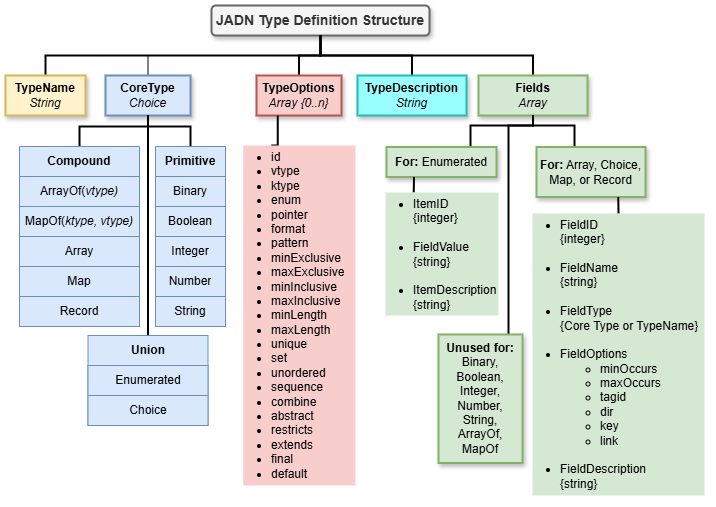
Above: images/JADN-Type-Def-Structure.drawio.png in oasis-tcs/openc2-jadn-im (draw.io), before the change. Source tidied: cells renumbered, new cells last; positions are measured from the earlier drawing's top-left corner, leaving out a move shared by most shapes.
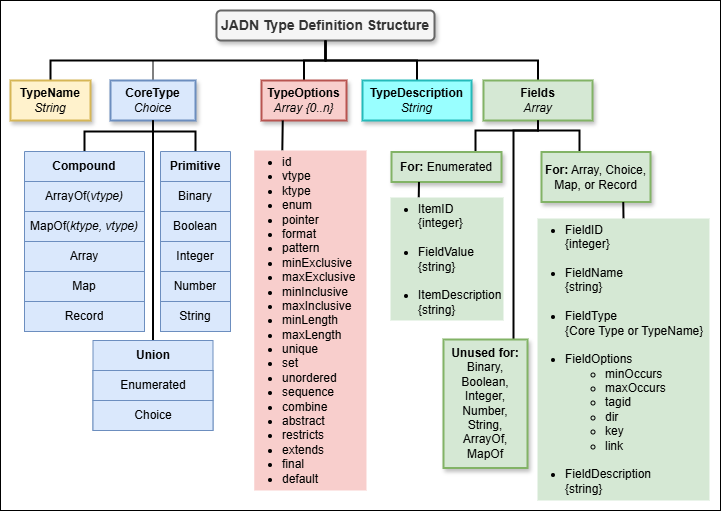
The same file after the commit.

Commit message:
visual tweaks for figure 3-2

Diff of the diagram source:
```diff
@@ -1,7 +1,11 @@
 <mxGraphModel background="#FFFFFF">
   <root>
     <mxCell id="0" />
+    <mxCell id="43" value="Background" parent="0" />
+    <mxCell id="44" style="rounded=0;whiteSpace=wrap;html=1;" parent="43" vertex="1">
+      <mxGeometry x="-10" y="-10" width="720" height="510" as="geometry" />
+    </mxCell>
-    <mxCell id="1" parent="0" />
+    <mxCell id="1" value="Content" parent="0" />
     <mxCell id="2" value="JADN Type Definition Structure" style="rounded=1;whiteSpace=wrap;html=1;fillColor=#f5f5f5;strokeColor=#666666;strokeWidth=2;fontColor=#333333;fontStyle=1;shadow=1;glass=0;fontSize=14;" parent="1" vertex="1">
       <mxGeometry x="206" width="218" height="30" as="geometry" />
     </mxCell>
@@ -77,11 +81,11 @@
     <mxCell id="26" value="&lt;b&gt;TypeOptions&lt;/b&gt;&lt;div&gt;&lt;i&gt;Array {0..n}&lt;/i&gt;&lt;/div&gt;" style="rounded=0;whiteSpace=wrap;html=1;fillColor=#f8cecc;strokeColor=#b85450;strokeWidth=2;shadow=1;" parent="1" vertex="1">
       <mxGeometry x="251" y="70" width="85" height="40" as="geometry" />
     </mxCell>
-    <mxCell id="27" style="edgeStyle=orthogonalEdgeStyle;rounded=0;jettySize=auto;html=1;exitX=0.25;exitY=0;exitDx=0;exitDy=0;entryX=0.25;entryY=1;entryDx=0;entryDy=0;strokeWidth=2;endArrow=none;endFill=0;" parent="1" edge="1" source="28" target="26">
+    <mxCell id="27" style="rounded=0;jettySize=auto;html=1;exitX=0.25;exitY=0;exitDx=0;exitDy=0;entryX=0.25;entryY=1;entryDx=0;entryDy=0;strokeWidth=2;endArrow=none;endFill=0;" parent="1" edge="1" source="28" target="26">
       <mxGeometry relative="1" as="geometry" />
     </mxCell>
     <mxCell id="28" value="&lt;ul&gt;&lt;li&gt;id&lt;/li&gt;&lt;li&gt;vtype&lt;/li&gt;&lt;li&gt;ktype&lt;/li&gt;&lt;li&gt;enum&lt;/li&gt;&lt;li&gt;pointer&lt;/li&gt;&lt;li&gt;format&lt;/li&gt;&lt;li&gt;pattern&lt;/li&gt;&lt;li&gt;minExclusive&lt;/li&gt;&lt;li&gt;maxExclusive&lt;/li&gt;&lt;li&gt;minInclusive&lt;/li&gt;&lt;li&gt;maxInclusive&lt;/li&gt;&lt;li&gt;minLength&lt;/li&gt;&lt;li&gt;maxLength&lt;/li&gt;&lt;li&gt;unique&lt;/li&gt;&lt;li&gt;set&lt;/li&gt;&lt;li&gt;unordered&lt;/li&gt;&lt;li&gt;sequence&lt;/li&gt;&lt;li&gt;combine&lt;/li&gt;&lt;li&gt;abstract&lt;/li&gt;&lt;li&gt;restricts&lt;/li&gt;&lt;li&gt;extends&lt;/li&gt;&lt;li&gt;final&lt;/li&gt;&lt;li&gt;default&lt;/li&gt;&lt;/ul&gt;" style="text;strokeColor=none;fillColor=#f8cecc;html=1;whiteSpace=wrap;verticalAlign=middle;overflow=hidden;spacing=-12;" parent="1" vertex="1">
-      <mxGeometry x="237.8" y="140" width="112.2" height="340" as="geometry" />
+      <mxGeometry x="243.8" y="140" width="112.2" height="340" as="geometry" />
     </mxCell>
     <mxCell id="29" style="edgeStyle=orthogonalEdgeStyle;rounded=0;jettySize=auto;html=1;exitX=0.5;exitY=0;exitDx=0;exitDy=0;entryX=0.5;entryY=1;entryDx=0;entryDy=0;strokeWidth=2;endArrow=none;endFill=0;" parent="1" edge="1" source="30" target="2">
       <mxGeometry relative="1" as="geometry" />
```
